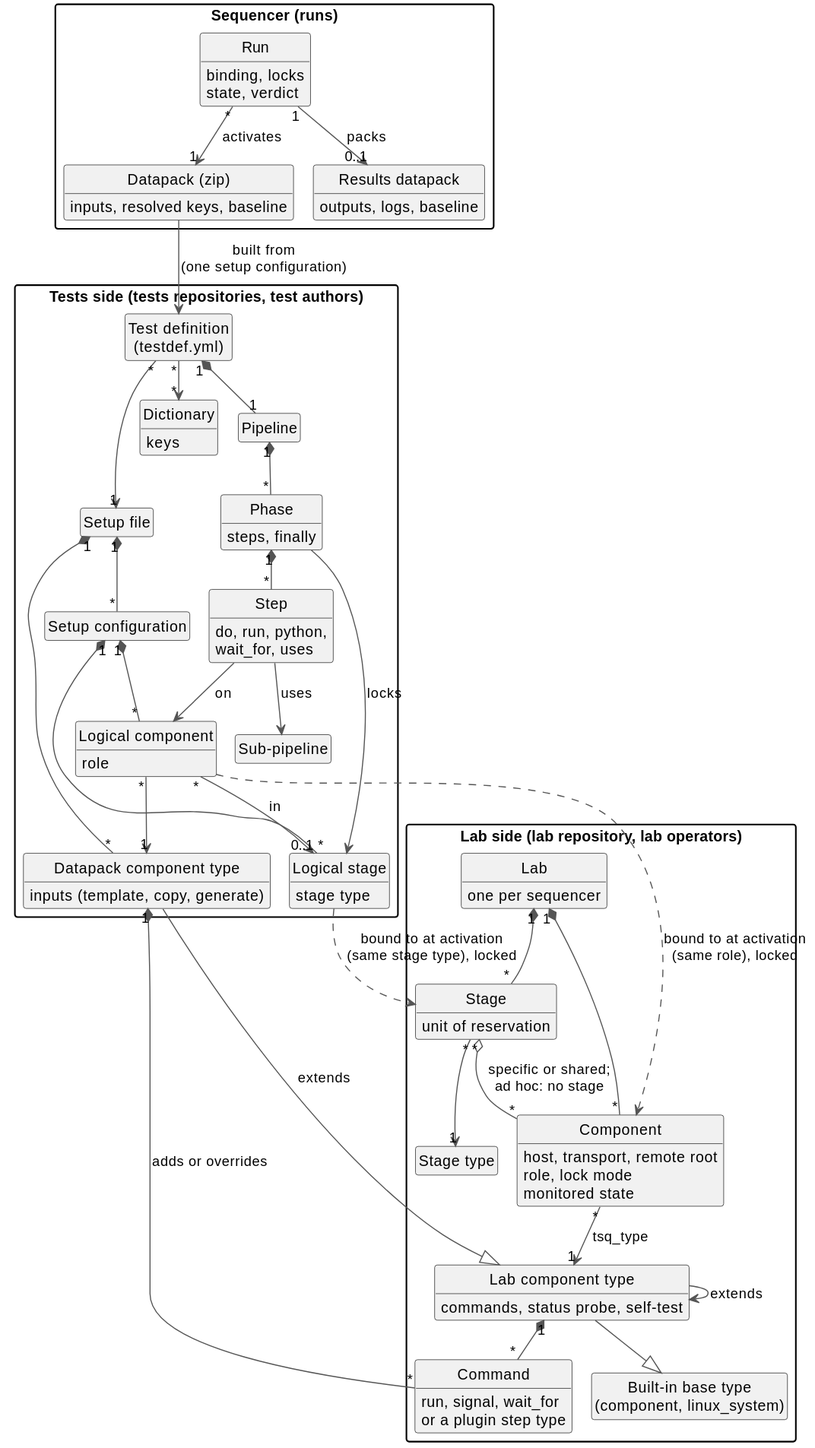
Earlier version of the PlantUML export docs/diagrams/data_model.svg (laurentmldev/testsuit).
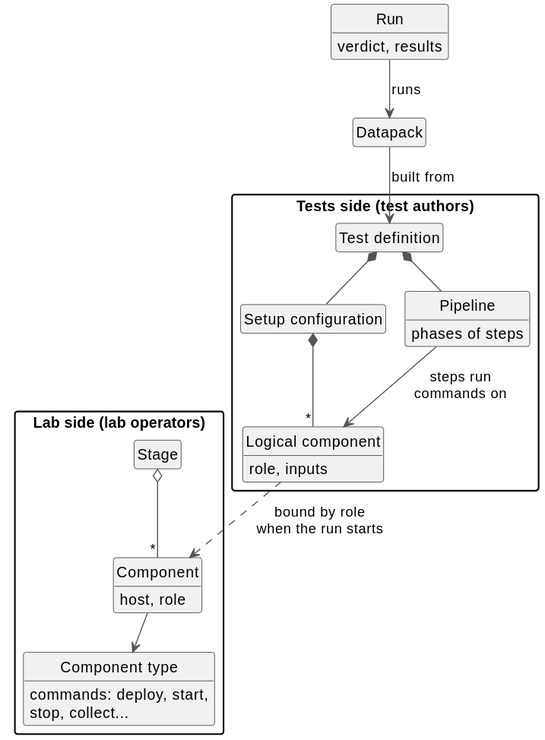
After the commit.

Commit message:
Sequencer README: simpler data model figure

Claude-Session: https://claude.ai/code/session_01SCNzd5VUBsTFJCmmT35Ygx

What changed in the source:
```diff
@@ -8,98 +8,42 @@
 hide circle
 hide empty members
 
-package "Lab side (lab repository, lab operators)" as labside {
-  class "Lab" as Lab {
-    one per sequencer
+package "Tests side (test authors)" as testside {
+  class "Test definition" as TestDef
+  class "Setup configuration" as SetupConf
+  class "Logical component" as LComp {
+    role, inputs
   }
-  class "Stage" as Stage {
-    unit of reservation
-  }
-  class "Stage type" as StageType
-  class "Component" as Component {
-    host, transport, remote root
-    role, lock mode
-    monitored state
-  }
-  class "Lab component type" as LabType {
-    commands, status probe, self-test
-  }
-  class "Built-in base type\n(component, linux_system)" as BaseType
-  class "Command" as Command {
-    run, signal, wait_for
-    or a plugin step type
+  class "Pipeline" as Pipeline {
+    phases of steps
   }
 }
 
-package "Tests side (tests repositories, test authors)" as testside {
-  class "Test definition\n(testdef.yml)" as TestDef
-  class "Setup file" as Setup
-  class "Setup configuration" as SetupConf
-  class "Logical stage" as LStage {
-    stage type
+package "Lab side (lab operators)" as labside {
+  class "Stage" as Stage
+  class "Component" as Component {
+    host, role
   }
-  class "Logical component" as LComp {
-    role
-  }
-  class "Datapack component type" as DpType {
-    inputs (template, copy, generate)
-  }
-  class "Dictionary" as Dict {
-    keys
-  }
-  class "Pipeline" as Pipeline
-  class "Phase" as Phase {
-    steps, finally
-  }
-  class "Step" as Step {
-    do, run, python,
-    wait_for, uses
-  }
-  class "Sub-pipeline" as SubPipe
-}
-
-package "Sequencer (runs)" as runside {
-  class "Datapack (zip)" as Datapack {
-    inputs, resolved keys, baseline
-  }
-  class "Run" as Run {
-    binding, locks
-    state, verdict
-  }
-  class "Results datapack" as Results {
-    outputs, logs, baseline
+  class "Component type" as Type {
+    commands: deploy, start,
+    stop, collect...
   }
 }
 
-Lab "1" *-- "*" Stage
-Lab "1" *-- "*" Component
-Stage "*" o-- "*" Component : specific or shared;\nad hoc: no stage
-Stage "*" --> "1" StageType
-Component "*" --> "1" LabType : tsq_type
-LabType --> LabType : extends
-LabType --|> BaseType
-LabType "1" *-- "*" Command
+class "Datapack" as Datapack
+class "Run" as Run {
+  verdict, results
+}
 
-TestDef "*" --> "1" Setup
-TestDef "1" *-- "1" Pipeline
-TestDef "*" --> "*" Dict
-Setup "1" *-- "*" SetupConf
-Setup "1" *-- "*" DpType
-SetupConf "1" *-- "*" LStage
-SetupConf "1" *-- "*" LComp
-LComp "*" --> "0..1" LStage : in
-LComp "*" --> "1" DpType
-DpType --|> LabType : extends
-DpType "1" *-- "*" Command : adds or overrides
-Pipeline "1" *-- "*" Phase
-Phase "1" *-- "*" Step
-Step --> SubPipe : uses
-Step --> LComp : on
-Phase --> LStage : locks
+TestDef *-- SetupConf
+TestDef *-- Pipeline
+SetupConf *-- "*" LComp
+Pipeline --> LComp : steps run\ncommands on
 
-Datapack --> TestDef : built from\n(one setup configuration)
-Run "*" --> "1" Datapack : activates
-LStage ..> Stage : bound to at activation\n(same stage type), locked
-LComp ..> Component : bound to at activation\n(same role), locked
-Run "1" --> "0..1" Results : packs
+Stage o-- "*" Component
+Component --> Type
+
+Datapack --> TestDef : built from
+Run --> Datapack : runs
+LComp ..> Component : bound by role\nwhen the run starts
 @enduml
```
